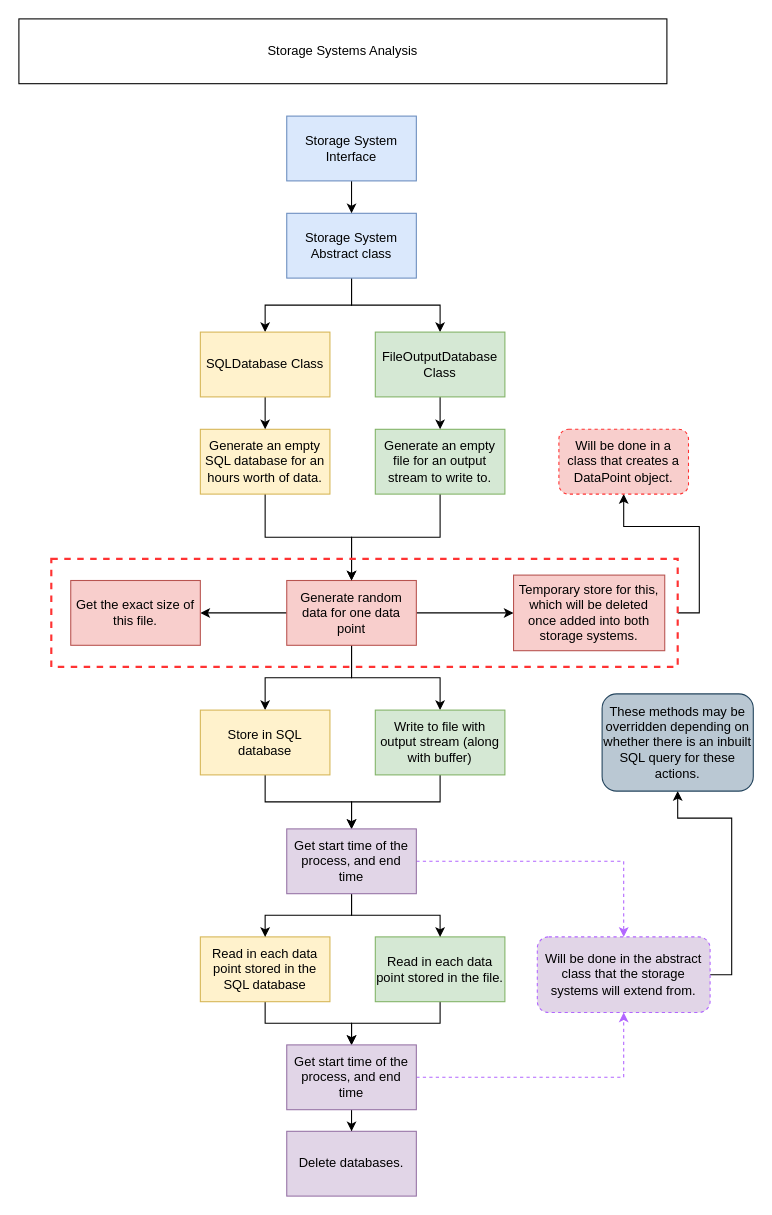
The draw.io diagram planning/StorageSystemVIP.drawio in dolphin-acoustics-vip/DBAnalytics, before the edit. Source tidied: cells renumbered, new cells numbered last; positions are measured from the earlier drawing's top-left corner, leaving out a move shared by most shapes. Both pictures are drawn from the tidied source at 108%, with x=0, y=0 at pixel (18, 18).
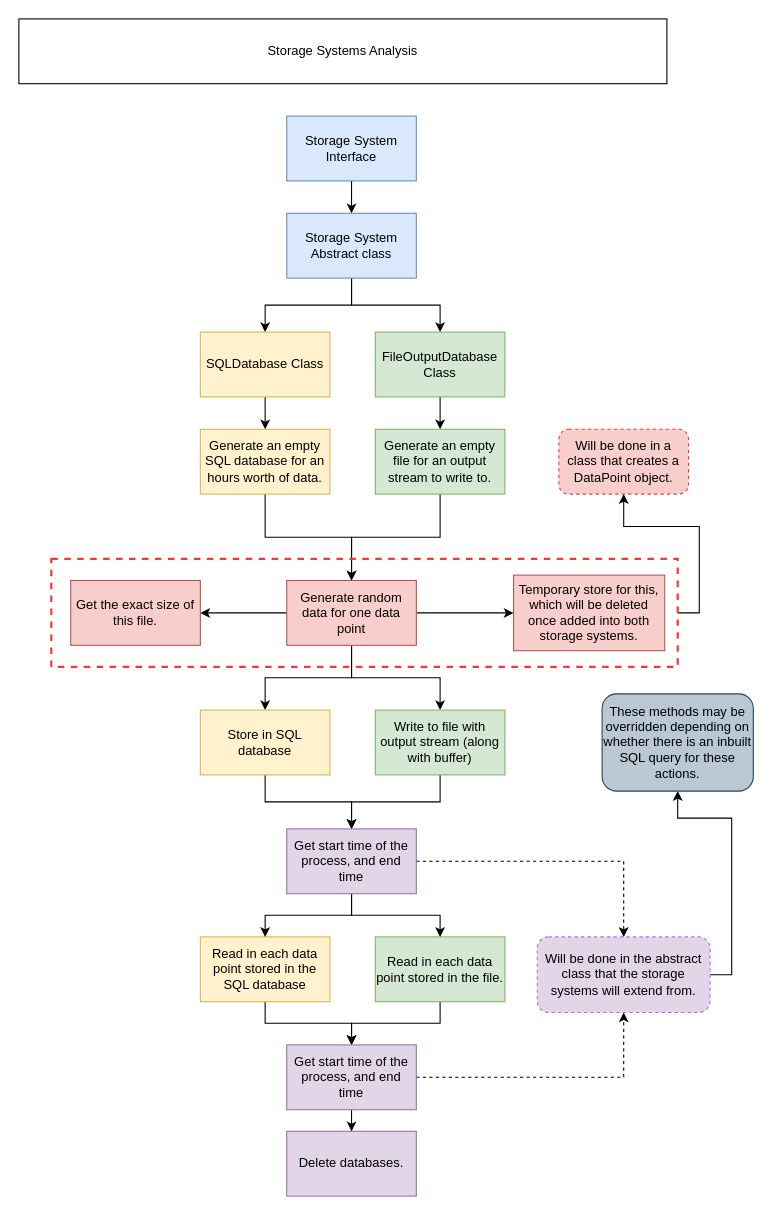
The same page after the edit.

The change refers to these unchanged cells:
```xml
<mxCell id="27" value="Get start time of the process, and end time" style="whiteSpace=wrap;html=1;fillColor=#e1d5e7;strokeColor=#9673a6;rounded=0;" parent="1" vertex="1">
  <mxGeometry x="248" y="950" width="120" height="60" as="geometry" />
</mxCell>
<mxCell id="31" value="Get start time of the process, and end time" style="whiteSpace=wrap;html=1;fillColor=#e1d5e7;strokeColor=#9673a6;rounded=0;" parent="1" vertex="1">
  <mxGeometry x="248" y="750" width="120" height="60" as="geometry" />
</mxCell>
<mxCell id="33" value="Will be done in the abstract class that the storage systems will extend from." style="rounded=1;whiteSpace=wrap;html=1;strokeColor=#B266FF;strokeWidth=1;fillColor=#E1D5E7;dashed=1;" parent="1" vertex="1">
  <mxGeometry x="480" y="850" width="160" height="70" as="geometry" />
</mxCell>
```

The edit, as a diff of the source:
```diff
@@
-    <mxCell id="25" style="edgeStyle=orthogonalEdgeStyle;rounded=0;jettySize=auto;html=1;entryX=0.5;entryY=1;entryDx=0;entryDy=0;dashed=1;strokeColor=#B266FF;" parent="1" edge="1" source="27" target="33">
+    <mxCell id="25" style="edgeStyle=orthogonalEdgeStyle;rounded=0;jettySize=auto;html=1;entryX=0.5;entryY=1;entryDx=0;entryDy=0;dashed=1;strokeColor=#000000;" parent="1" edge="1" source="27" target="33">
       <mxGeometry relative="1" as="geometry" />
     </mxCell>
@@
-    <mxCell id="30" style="edgeStyle=orthogonalEdgeStyle;rounded=0;jettySize=auto;html=1;entryX=0.5;entryY=0;entryDx=0;entryDy=0;dashed=1;strokeColor=#B266FF;" parent="1" edge="1" source="31" target="33">
+    <mxCell id="30" style="edgeStyle=orthogonalEdgeStyle;rounded=0;jettySize=auto;html=1;entryX=0.5;entryY=0;entryDx=0;entryDy=0;dashed=1;strokeColor=#000000;" parent="1" edge="1" source="31" target="33">
       <mxGeometry relative="1" as="geometry" />
     </mxCell>
```
